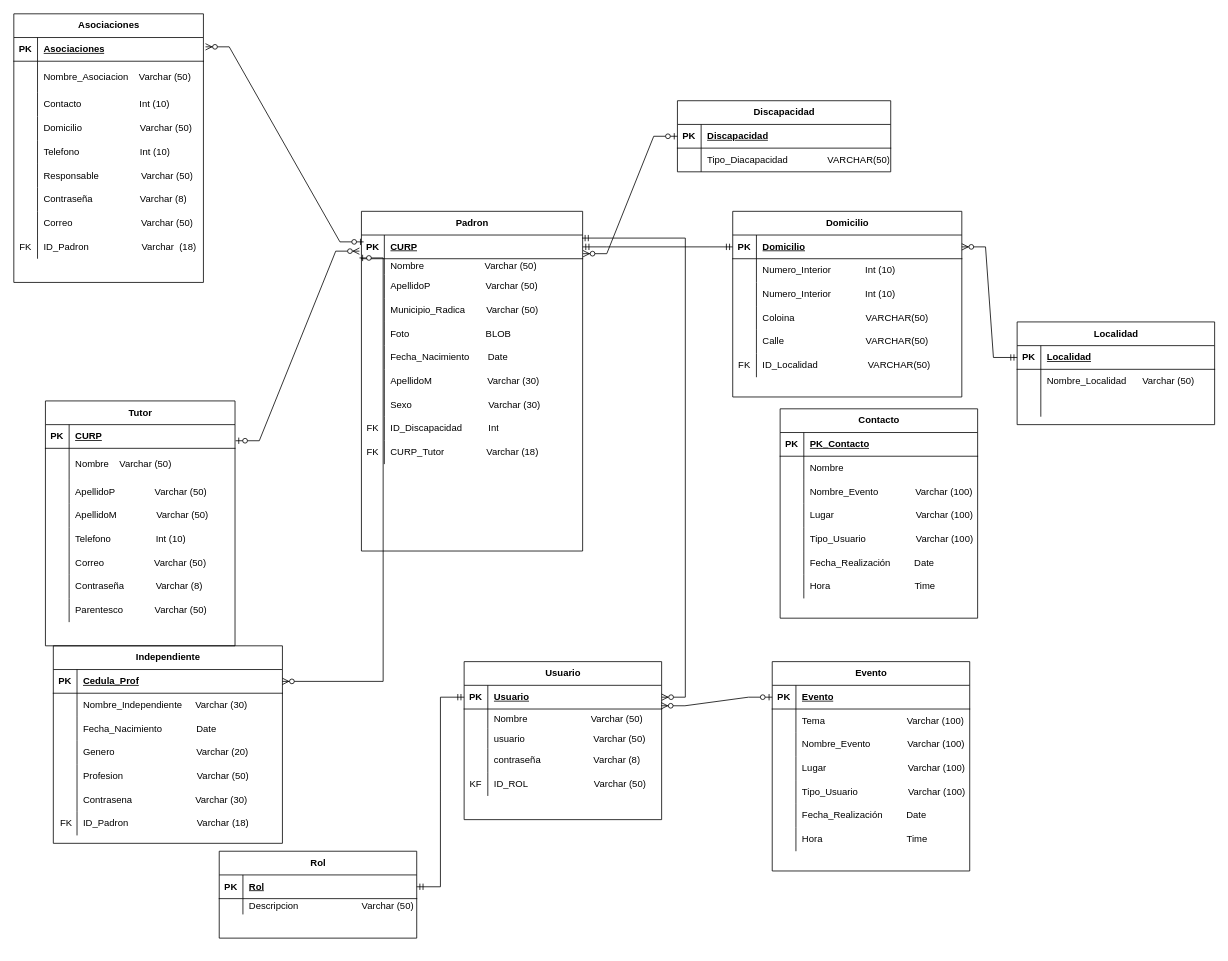
The draw.io diagram diccionario_de_datos.drawio in OSCARCH2002/diagramas, before the edit. Source tidied: cells renumbered, new cells numbered last; positions are measured from the earlier drawing's top-left corner, leaving out a move shared by most shapes. Both pictures are drawn from the tidied source at 79%, with x=0, y=0 at pixel (13, 13).
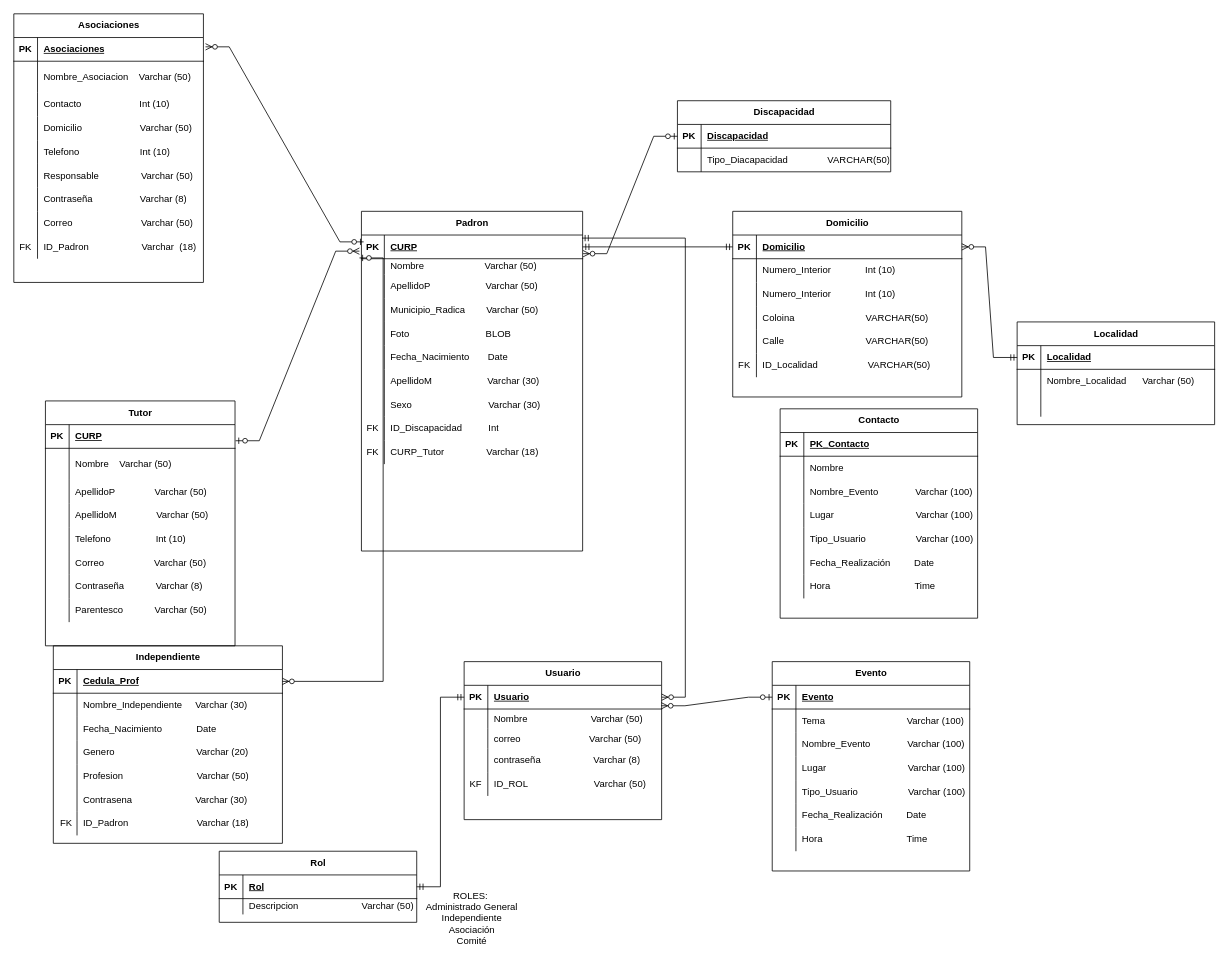
Above is the later version.

Unchanged cells that the change refers to:
```xml
<mxCell id="106" style="shape=tableRow;horizontal=0;startSize=0;swimlaneHead=0;swimlaneBody=0;fillColor=none;top=0;left=0;right=0;bottom=0;" parent="99" vertex="1">
  <mxGeometry y="85" width="250" height="25" as="geometry" />
</mxCell>
```

What changed in the source:
```diff
@@
-    <mxCell id="108" value="usuario&amp;nbsp; &amp;nbsp; &amp;nbsp; &amp;nbsp; &amp;nbsp; &amp;nbsp; &amp;nbsp; &amp;nbsp; &amp;nbsp; &amp;nbsp; &amp;nbsp; &amp;nbsp; &amp;nbsp; Varchar (50)" style="shape=partialRectangle;fillColor=none;top=0;left=0;bottom=0;right=0;align=left;spacingLeft=6;overflow=hidden;whiteSpace=wrap;html=1;" parent="106" vertex="1">
+    <mxCell id="108" value="correo&amp;nbsp; &amp;nbsp; &amp;nbsp; &amp;nbsp; &amp;nbsp; &amp;nbsp; &amp;nbsp; &amp;nbsp; &amp;nbsp; &amp;nbsp; &amp;nbsp; &amp;nbsp; &amp;nbsp; Varchar (50)" style="shape=partialRectangle;fillColor=none;top=0;left=0;bottom=0;right=0;align=left;spacingLeft=6;overflow=hidden;whiteSpace=wrap;html=1;" parent="106" vertex="1">
       <mxGeometry x="30" width="220" height="25" as="geometry" />
     </mxCell>
@@
     <mxCell id="220" value="Rol" style="shape=table;startSize=30;childLayout=tableLayout;rowLines=0;fontStyle=1;align=center;html=1;" parent="1" vertex="1">
-      <mxGeometry x="260" y="1060" width="250" height="110" as="geometry" />
+      <mxGeometry x="260" y="1060" width="250" height="90" as="geometry" />
     </mxCell>
@@
+    <mxCell id="228" value="&lt;div&gt;ROLES:&amp;nbsp;&lt;/div&gt;Administrado General&lt;div&gt;Independiente&lt;/div&gt;&lt;div&gt;Asociación&lt;/div&gt;&lt;div&gt;Comité&lt;/div&gt;" style="text;html=1;align=center;verticalAlign=middle;whiteSpace=wrap;rounded=0;" parent="1" vertex="1">
+      <mxGeometry x="515" y="1110" width="130" height="70" as="geometry" />
+    </mxCell>
```
